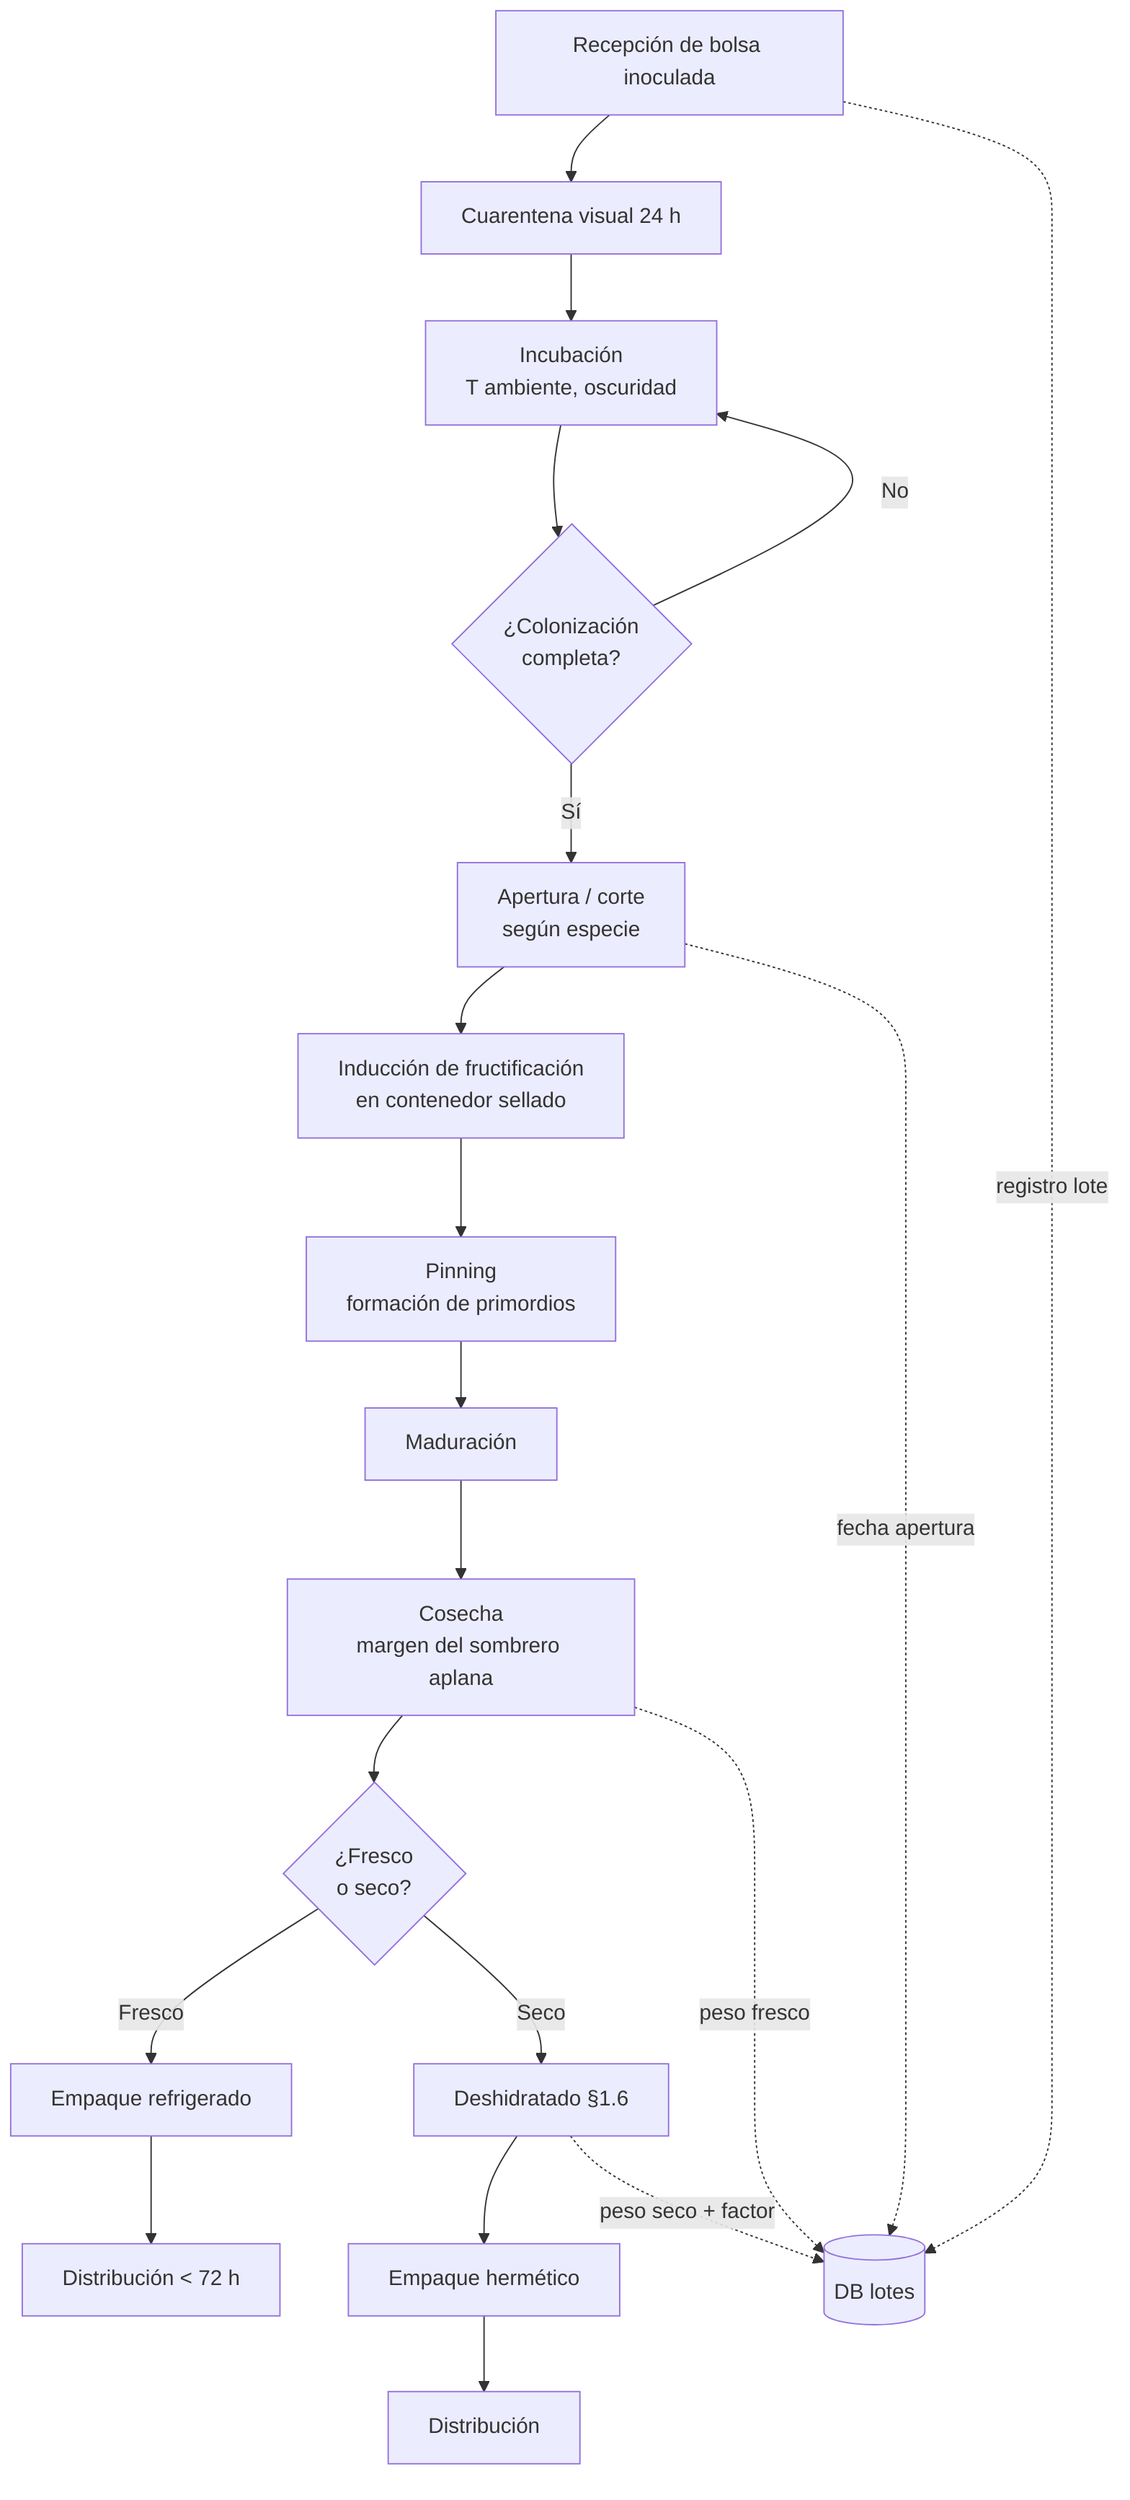
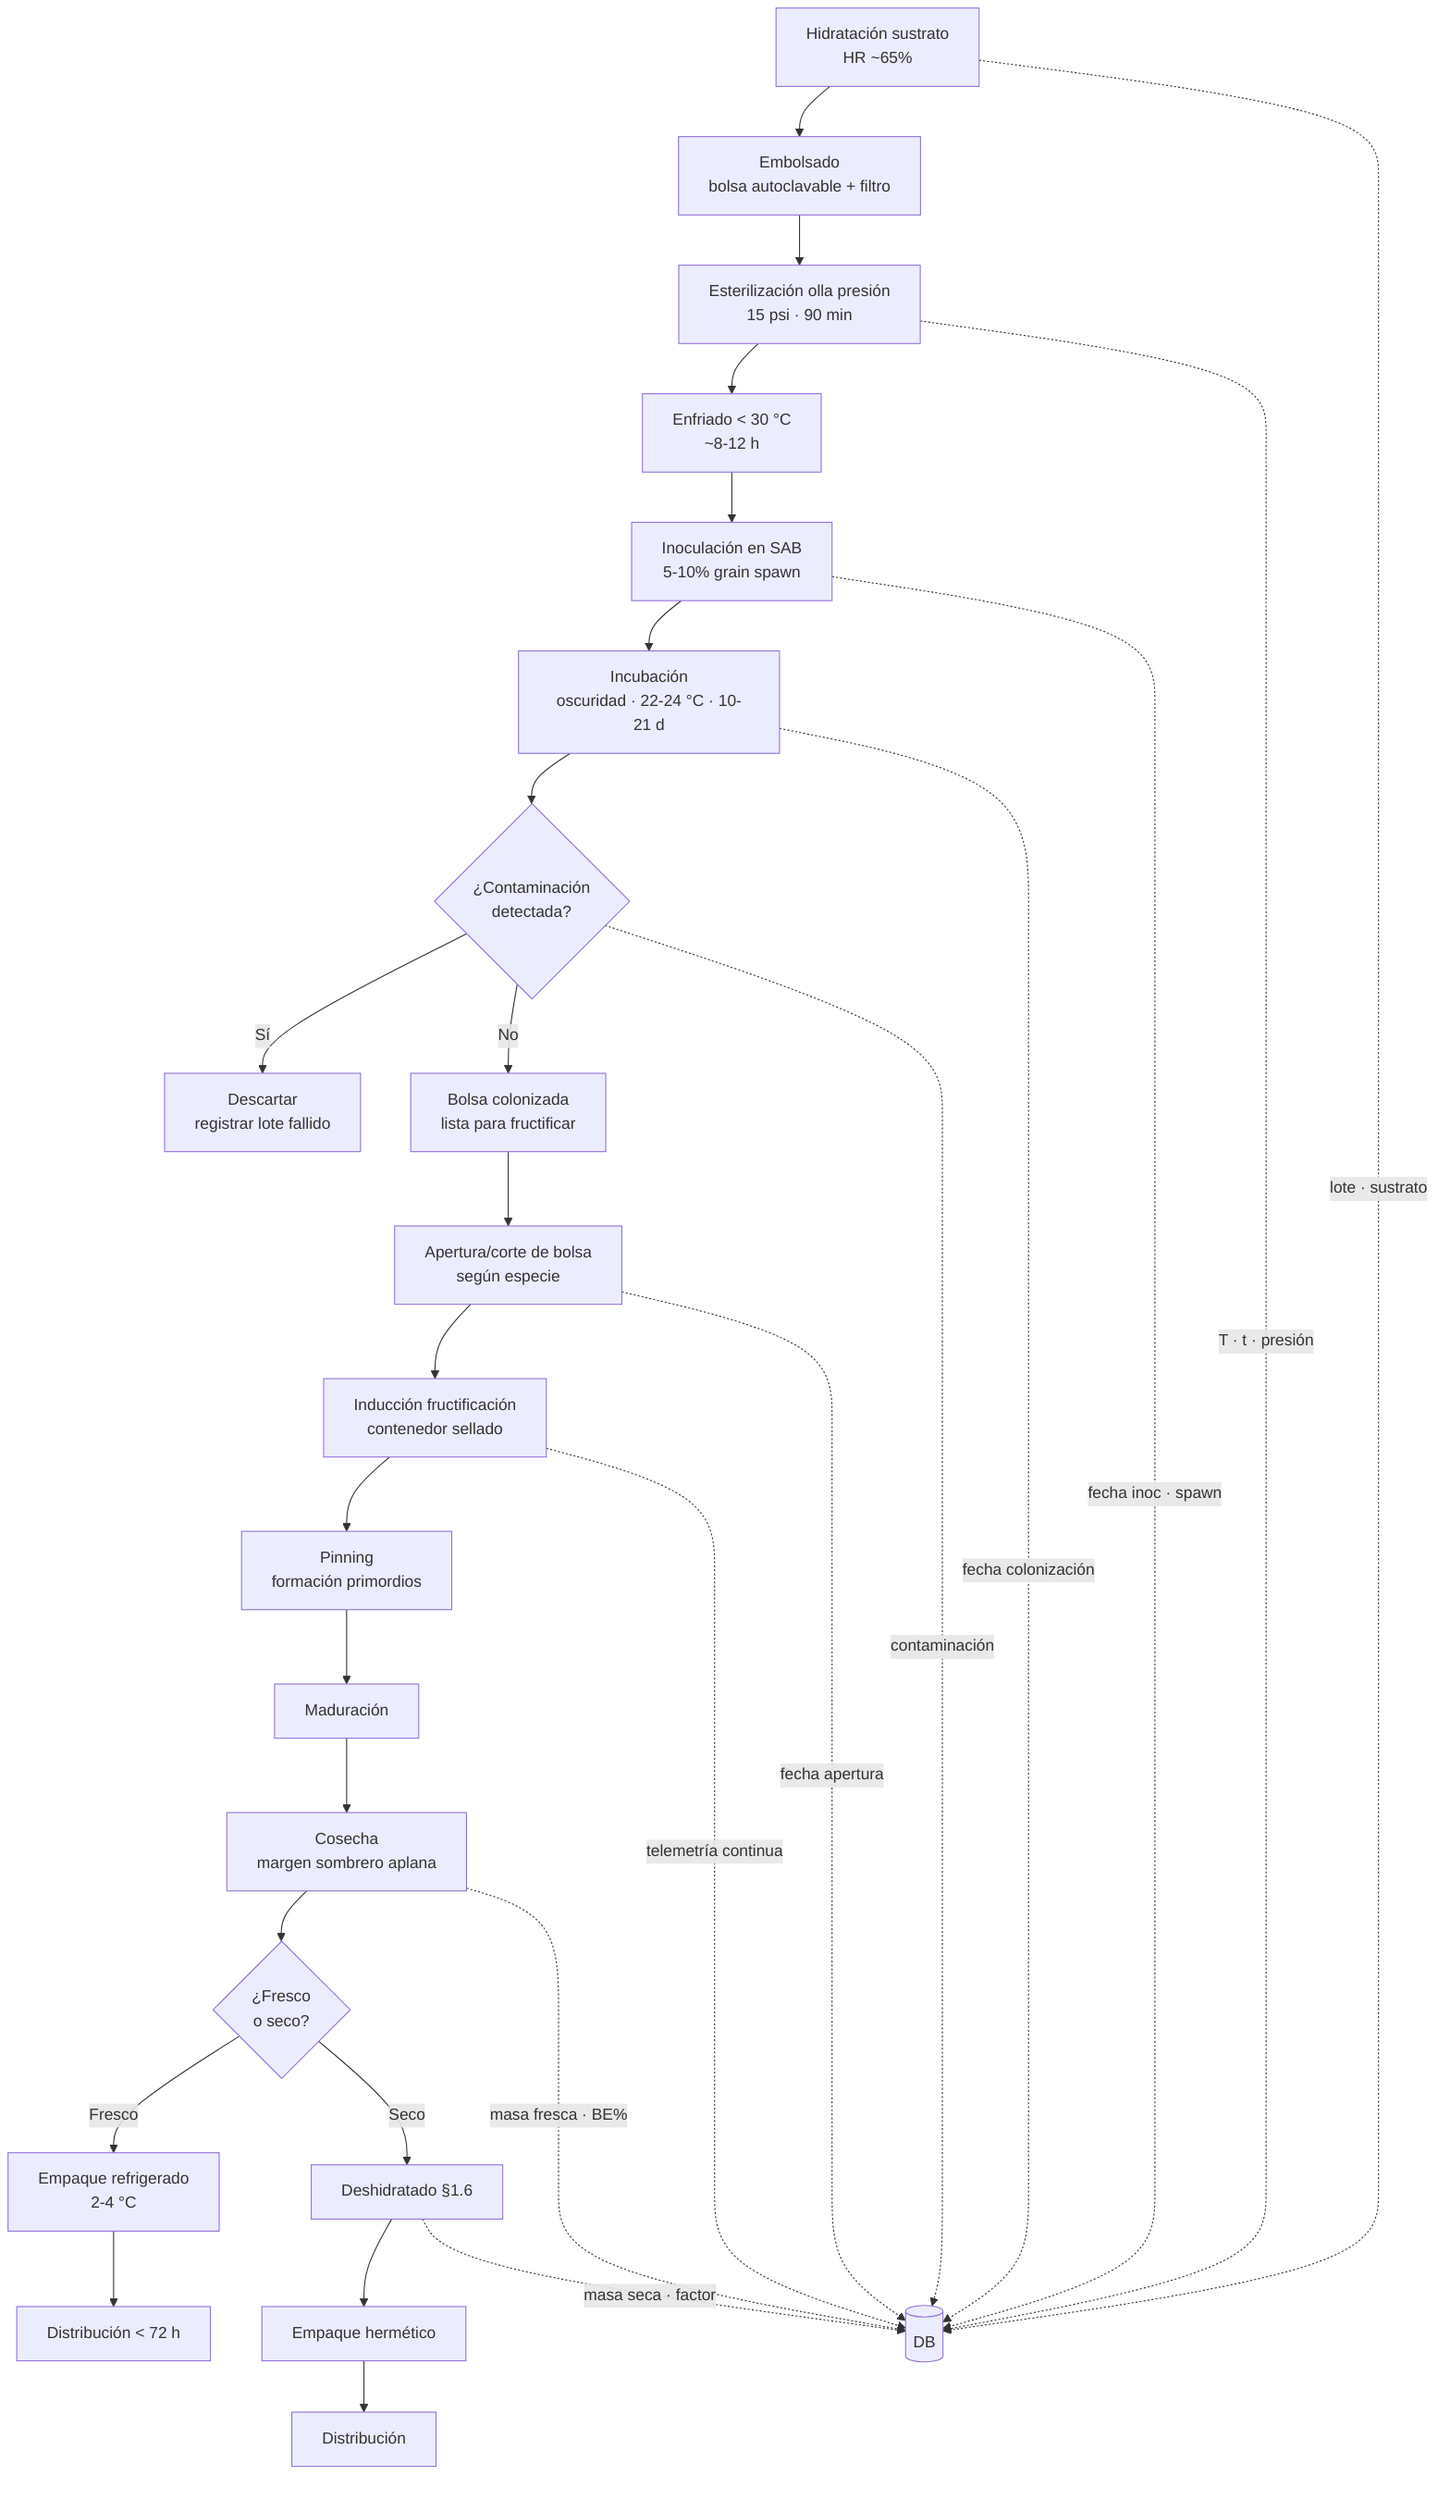
%% Flujo productivo general — Fase 1, §1.5
+ %% Incluye subsistema aguas arriba: esterilización + inoculación (§1.7)
%% Render: mmdc -i flujo-productivo.mmd -o flujo-productivo.png
flowchart TD
-     A[Recepción de bolsa inoculada] --> B[Cuarentena visual 24 h]
-     B --> C[Incubación<br/>T ambiente, oscuridad]
-     C --> D{¿Colonización<br/>completa?}
-     D -- No --> C
-     D -- Sí --> E[Apertura / corte<br/>según especie]
-     E --> F[Inducción de fructificación<br/>en contenedor sellado]
-     F --> G[Pinning<br/>formación de primordios]
-     G --> H[Maduración]
-     H --> I[Cosecha<br/>margen del sombrero aplana]
-     I --> J{¿Fresco<br/>o seco?}
-     J -- Fresco --> K[Empaque refrigerado]
+     %% ============ §1.7 Preparación de sustrato ============
+     P1[Hidratación sustrato<br/>HR ~65%] --> P2[Embolsado<br/>bolsa autoclavable + filtro]
+     P2 --> P3[Esterilización olla presión<br/>15 psi · 90 min]
+     P3 --> P4[Enfriado < 30 °C<br/>~8-12 h]
+     P4 --> P5[Inoculación en SAB<br/>5-10% grain spawn]
+     P5 --> P6[Incubación<br/>oscuridad · 22-24 °C · 10-21 d]
+     P6 --> Q{¿Contaminación<br/>detectada?}
+     Q -- Sí --> DESCARTE[Descartar<br/>registrar lote fallido]
+     Q -- No --> P7[Bolsa colonizada<br/>lista para fructificar]
+ 
+     %% ============ Fructificación en rack ============
+     P7 --> F1[Apertura/corte de bolsa<br/>según especie]
+     F1 --> F2[Inducción fructificación<br/>contenedor sellado]
+     F2 --> F3[Pinning<br/>formación primordios]
+     F3 --> F4[Maduración]
+     F4 --> F5[Cosecha<br/>margen sombrero aplana]
+ 
+     %% ============ §1.6 Post-cosecha ============
+     F5 --> J{¿Fresco<br/>o seco?}
+     J -- Fresco --> K[Empaque refrigerado<br/>2-4 °C]
    K --> L[Distribución < 72 h]
    J -- Seco --> M[Deshidratado §1.6]
    M --> N[Empaque hermético]
    N --> O[Distribución]

-     %% Registros de datos hacia DB Tópico 7
-     A -. registro lote .-> DB[(DB lotes)]
-     E -. fecha apertura .-> DB
-     I -. peso fresco .-> DB
-     M -. peso seco + factor .-> DB
+     %% ============ Registros hacia DB Tópico 7 ============
+     P1 -. lote · sustrato .-> DB[(DB)]
+     P3 -. T · t · presión .-> DB
+     P5 -. fecha inoc · spawn .-> DB
+     P6 -. fecha colonización .-> DB
+     Q  -. contaminación .-> DB
+     F1 -. fecha apertura .-> DB
+     F2 -. telemetría continua .-> DB
+     F5 -. masa fresca · BE% .-> DB
+     M  -. masa seca · factor .-> DB
